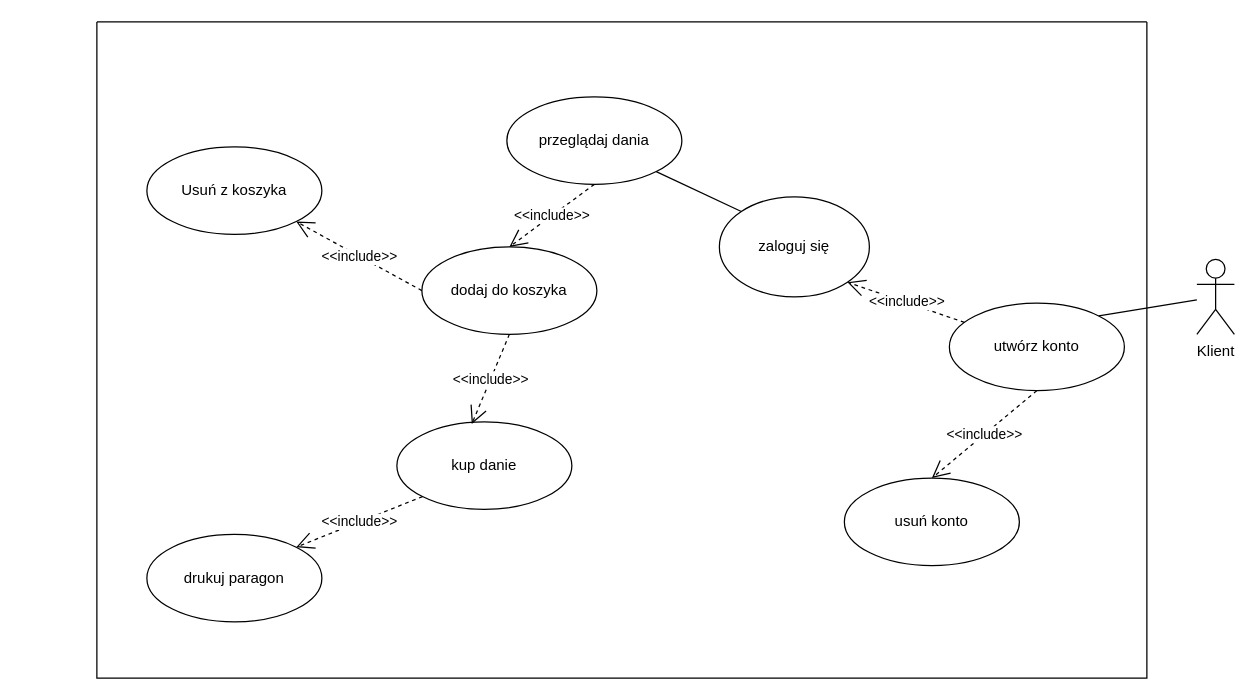
The draw.io diagram page "przypadki użycia" (3 of 5) of uml_java.drawio in broniuu/Java_project_2022, before the edit. Source tidied: cells renumbered, new cells numbered last; positions are measured from the earlier drawing's top-left corner, leaving out a move shared by most shapes. Both pictures are drawn from the tidied source at 125%, with x=0, y=0 at pixel (96, 21).
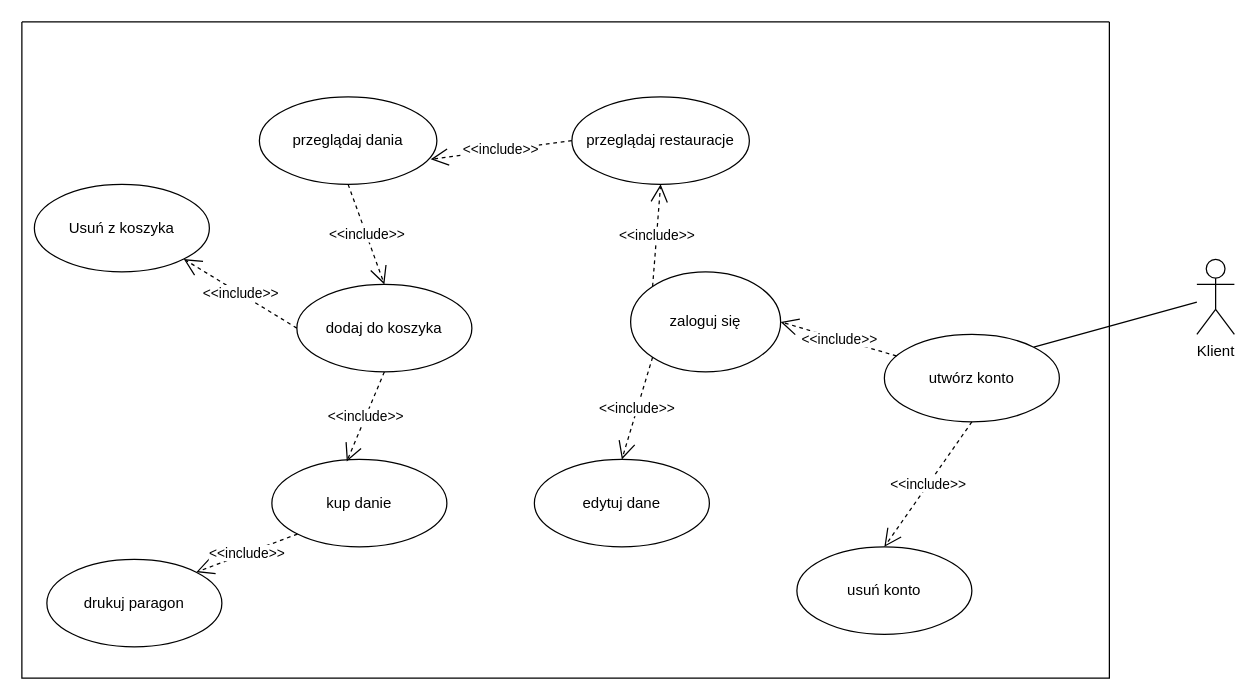
Above is the later version.

The edit, as a diff of the source:
```diff
@@
     <mxCell id="2" style="swimlane;startSize=0;" parent="1" vertex="1">
-      <mxGeometry width="840" height="525" as="geometry" />
+      <mxGeometry x="-60" width="870" height="525" as="geometry" />
     </mxCell>
     <mxCell id="3" value="utwórz konto" style="ellipse;whiteSpace=wrap;html=1;" parent="2" vertex="1">
-      <mxGeometry x="682" y="225" width="140" height="70" as="geometry" />
+      <mxGeometry x="690" y="250" width="140" height="70" as="geometry" />
     </mxCell>
     <mxCell id="4" value="Usuń z koszyka" style="ellipse;whiteSpace=wrap;html=1;" parent="2" vertex="1">
-      <mxGeometry x="40" y="100" width="140" height="70" as="geometry" />
+      <mxGeometry x="10" y="130" width="140" height="70" as="geometry" />
     </mxCell>
     <mxCell id="5" value="dodaj do koszyka" style="ellipse;whiteSpace=wrap;html=1;" parent="2" vertex="1">
-      <mxGeometry x="260" y="180" width="140" height="70" as="geometry" />
+      <mxGeometry x="220" y="210" width="140" height="70" as="geometry" />
     </mxCell>
     <mxCell id="6" value="kup danie" style="ellipse;whiteSpace=wrap;html=1;" parent="2" vertex="1">
-      <mxGeometry x="240" y="320" width="140" height="70" as="geometry" />
+      <mxGeometry x="200" y="350" width="140" height="70" as="geometry" />
     </mxCell>
@@
     <mxCell id="8" value="usuń konto&lt;br&gt;" style="ellipse;whiteSpace=wrap;html=1;" parent="2" vertex="1">
-      <mxGeometry x="598" y="365" width="140" height="70" as="geometry" />
+      <mxGeometry x="620" y="420" width="140" height="70" as="geometry" />
     </mxCell>
@@
     <mxCell id="10" value="zaloguj się" style="ellipse;whiteSpace=wrap;html=1;" parent="2" vertex="1">
-      <mxGeometry x="498" y="140" width="120" height="80" as="geometry" />
+      <mxGeometry x="487" y="200" width="120" height="80" as="geometry" />
     </mxCell>
-    <mxCell id="11" value="&amp;lt;&amp;lt;include&amp;gt;&amp;gt;" style="endArrow=open;endSize=12;dashed=1;html=1;entryX=1;entryY=1;entryDx=0;entryDy=0;" parent="2" edge="1" source="3" target="10">
+    <mxCell id="11" value="&amp;lt;&amp;lt;include&amp;gt;&amp;gt;" style="endArrow=open;endSize=12;dashed=1;html=1;entryX=1;entryY=0.5;entryDx=0;entryDy=0;" parent="2" edge="1" source="3" target="10">
       <mxGeometry relative="1" as="geometry" />
     </mxCell>
@@
     <mxCell id="13" value="przeglądaj dania" style="ellipse;whiteSpace=wrap;html=1;" parent="2" vertex="1">
-      <mxGeometry x="328" y="60" width="140" height="70" as="geometry" />
+      <mxGeometry x="190" y="60" width="142" height="70" as="geometry" />
     </mxCell>
-    <mxCell id="14" style="endArrow=none;html=1;entryX=1;entryY=1;entryDx=0;entryDy=0;exitX=0;exitY=0;exitDx=0;exitDy=0;" parent="2" edge="1" source="10" target="13">
-      <mxGeometry relative="1" as="geometry" />
-    </mxCell>
     <mxCell id="15" value="drukuj paragon" style="ellipse;whiteSpace=wrap;html=1;" parent="2" vertex="1">
-      <mxGeometry x="40" y="410" width="140" height="70" as="geometry" />
+      <mxGeometry x="20" y="430" width="140" height="70" as="geometry" />
     </mxCell>
@@
+    <mxCell id="20" value="przeglądaj restauracje" style="ellipse;whiteSpace=wrap;html=1;" parent="2" vertex="1">
+      <mxGeometry x="440" y="60" width="142" height="70" as="geometry" />
+    </mxCell>
+    <mxCell id="21" value="&amp;lt;&amp;lt;include&amp;gt;&amp;gt;" style="endArrow=open;endSize=12;dashed=1;html=1;entryX=0.5;entryY=1;entryDx=0;entryDy=0;exitX=0;exitY=0;exitDx=0;exitDy=0;" parent="2" edge="1" source="10" target="20">
+      <mxGeometry relative="1" as="geometry" />
+    </mxCell>
+    <mxCell id="22" value="edytuj dane" style="ellipse;whiteSpace=wrap;html=1;" parent="2" vertex="1">
+      <mxGeometry x="410" y="350" width="140" height="70" as="geometry" />
+    </mxCell>
+    <mxCell id="23" value="&amp;lt;&amp;lt;include&amp;gt;&amp;gt;" style="endArrow=open;endSize=12;dashed=1;html=1;entryX=0.965;entryY=0.714;entryDx=0;entryDy=0;exitX=0;exitY=0.5;exitDx=0;exitDy=0;entryPerimeter=0;" parent="2" edge="1" source="20" target="13">
+      <mxGeometry relative="1" as="geometry" />
+    </mxCell>
+    <mxCell id="24" value="&amp;lt;&amp;lt;include&amp;gt;&amp;gt;" style="endArrow=open;endSize=12;dashed=1;html=1;entryX=0.5;entryY=0;entryDx=0;entryDy=0;exitX=0;exitY=1;exitDx=0;exitDy=0;" parent="2" edge="1" source="10" target="22">
+      <mxGeometry relative="1" as="geometry" />
+    </mxCell>
```
